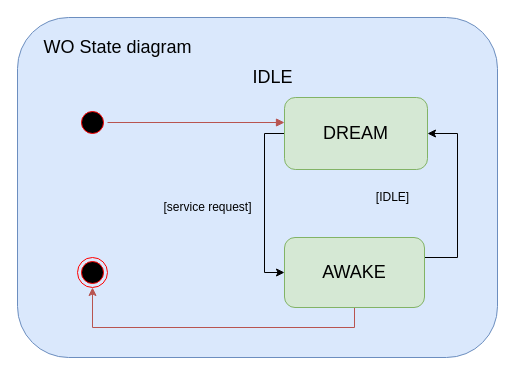
Above: fig/drawio/wo_ori_states.drawio in Sylv-Lej/thesis-separation-concerns (draw.io), before the change. Source tidied: cells renumbered, new cells numbered last; positions are measured from the earlier drawing's top-left corner, leaving out a move shared by most shapes. Both pictures are drawn from the tidied source at 100%, with x=0, y=0 at pixel (17, 17).
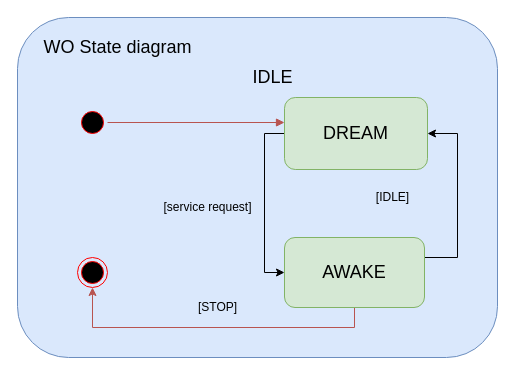
The same page after the edit.

The edit, as a diff of the source:
```diff
@@
+    <mxCell id="15" value="[STOP]" style="text;html=1;align=center;verticalAlign=middle;strokeColor=none;fillColor=none;" parent="1" vertex="1">
+      <mxGeometry x="175" y="280" width="50" height="20" as="geometry" />
+    </mxCell>
```
